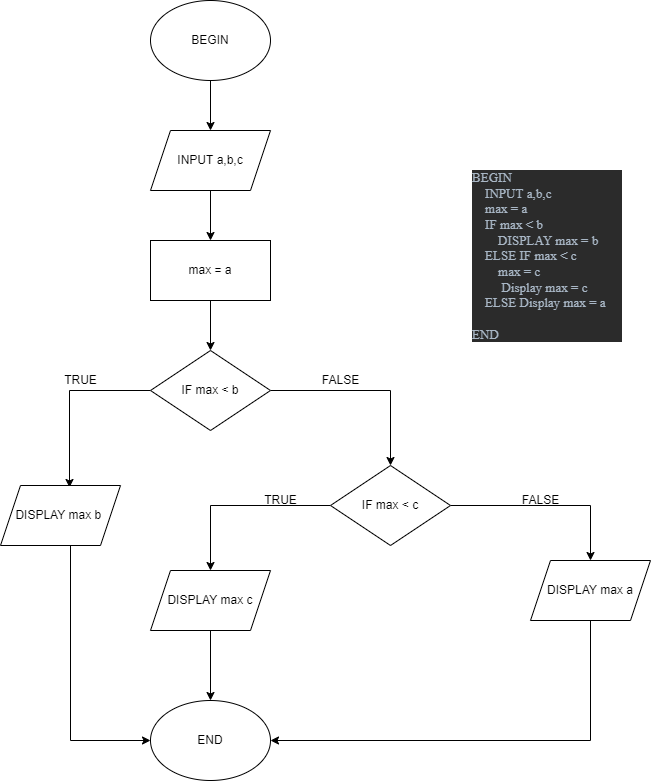
This is module1/ss3_pseucode_flowchart/bai_tap/luu_do_tim_so_lon_nhat_trong_abc.drawio.png from letahaphuong/C0722G1-Le-Ta-Ha-Phuong, a draw.io export, as it was before one commit. Source tidied: cells renumbered, new cells last; positions are measured from the earlier drawing's top-left corner, leaving out a move shared by most shapes. The source it was exported from:
```xml
<mxGraphModel>
  <root>
    <mxCell id="0" />
    <mxCell id="1" parent="0" />
    <mxCell id="2" style="edgeStyle=orthogonalEdgeStyle;rounded=0;jettySize=auto;html=1;" parent="1" edge="1" source="3" target="5">
      <mxGeometry relative="1" as="geometry" />
    </mxCell>
    <mxCell id="3" value="BEGIN" style="ellipse;whiteSpace=wrap;html=1;" parent="1" vertex="1">
      <mxGeometry x="150" width="120" height="80" as="geometry" />
    </mxCell>
    <mxCell id="4" style="edgeStyle=orthogonalEdgeStyle;rounded=0;jettySize=auto;html=1;" parent="1" edge="1" source="5" target="7">
      <mxGeometry relative="1" as="geometry" />
    </mxCell>
    <mxCell id="5" value="INPUT a,b,c" style="shape=parallelogram;perimeter=parallelogramPerimeter;whiteSpace=wrap;html=1;fixedSize=1;" parent="1" vertex="1">
      <mxGeometry x="150" y="130" width="120" height="60" as="geometry" />
    </mxCell>
    <mxCell id="6" style="edgeStyle=orthogonalEdgeStyle;rounded=0;jettySize=auto;html=1;" parent="1" edge="1" source="7" target="10">
      <mxGeometry relative="1" as="geometry" />
    </mxCell>
    <mxCell id="7" value="max = a" style="rounded=0;whiteSpace=wrap;html=1;" parent="1" vertex="1">
      <mxGeometry x="150" y="240" width="120" height="60" as="geometry" />
    </mxCell>
    <mxCell id="8" style="edgeStyle=orthogonalEdgeStyle;rounded=0;jettySize=auto;html=1;entryX=0.575;entryY=0.033;entryDx=0;entryDy=0;entryPerimeter=0;" parent="1" edge="1" source="10" target="12">
      <mxGeometry relative="1" as="geometry" />
    </mxCell>
    <mxCell id="9" style="edgeStyle=orthogonalEdgeStyle;rounded=0;jettySize=auto;html=1;entryX=0.5;entryY=0;entryDx=0;entryDy=0;" parent="1" edge="1" source="10" target="16">
      <mxGeometry relative="1" as="geometry" />
    </mxCell>
    <mxCell id="10" value="IF max &amp;lt; b" style="rhombus;whiteSpace=wrap;html=1;" parent="1" vertex="1">
      <mxGeometry x="150" y="350" width="120" height="80" as="geometry" />
    </mxCell>
    <mxCell id="11" style="edgeStyle=orthogonalEdgeStyle;rounded=0;jettySize=auto;html=1;entryX=0;entryY=0.5;entryDx=0;entryDy=0;entryPerimeter=0;" parent="1" edge="1" source="12" target="23">
      <mxGeometry relative="1" as="geometry">
        <Array as="points">
          <mxPoint x="70" y="740" />
        </Array>
      </mxGeometry>
    </mxCell>
    <mxCell id="12" value="DISPLAY max b&amp;nbsp;" style="shape=parallelogram;perimeter=parallelogramPerimeter;whiteSpace=wrap;html=1;fixedSize=1;" parent="1" vertex="1">
      <mxGeometry y="485" width="120" height="60" as="geometry" />
    </mxCell>
    <mxCell id="13" value="TRUE" style="text;html=1;align=center;verticalAlign=middle;strokeColor=none;fillColor=none;" parent="1" vertex="1">
      <mxGeometry x="55" y="370" width="50" height="20" as="geometry" />
    </mxCell>
    <mxCell id="14" style="edgeStyle=orthogonalEdgeStyle;rounded=0;jettySize=auto;html=1;entryX=0.5;entryY=0;entryDx=0;entryDy=0;" parent="1" edge="1" source="16" target="19">
      <mxGeometry relative="1" as="geometry" />
    </mxCell>
    <mxCell id="15" style="edgeStyle=orthogonalEdgeStyle;rounded=0;jettySize=auto;html=1;" parent="1" edge="1" source="16" target="22">
      <mxGeometry relative="1" as="geometry" />
    </mxCell>
    <mxCell id="16" value="IF max &amp;lt; c" style="rhombus;whiteSpace=wrap;html=1;" parent="1" vertex="1">
      <mxGeometry x="330" y="465" width="120" height="80" as="geometry" />
    </mxCell>
    <mxCell id="17" value="FALSE" style="text;html=1;align=center;verticalAlign=middle;strokeColor=none;fillColor=none;" parent="1" vertex="1">
      <mxGeometry x="315" y="370" width="50" height="20" as="geometry" />
    </mxCell>
    <mxCell id="18" style="edgeStyle=orthogonalEdgeStyle;rounded=0;jettySize=auto;html=1;entryX=0.5;entryY=0;entryDx=0;entryDy=0;" parent="1" edge="1" source="19" target="23">
      <mxGeometry relative="1" as="geometry" />
    </mxCell>
    <mxCell id="19" value="DISPLAY max c" style="shape=parallelogram;perimeter=parallelogramPerimeter;whiteSpace=wrap;html=1;fixedSize=1;" parent="1" vertex="1">
      <mxGeometry x="150" y="570" width="120" height="60" as="geometry" />
    </mxCell>
    <mxCell id="20" value="TRUE" style="text;html=1;align=center;verticalAlign=middle;strokeColor=none;fillColor=none;" parent="1" vertex="1">
      <mxGeometry x="255" y="490" width="50" height="20" as="geometry" />
    </mxCell>
    <mxCell id="21" style="edgeStyle=orthogonalEdgeStyle;rounded=0;jettySize=auto;html=1;entryX=1;entryY=0.5;entryDx=0;entryDy=0;" parent="1" edge="1" source="22" target="23">
      <mxGeometry relative="1" as="geometry">
        <Array as="points">
          <mxPoint x="590" y="740" />
        </Array>
      </mxGeometry>
    </mxCell>
    <mxCell id="22" value="DISPLAY max a" style="shape=parallelogram;perimeter=parallelogramPerimeter;whiteSpace=wrap;html=1;fixedSize=1;" parent="1" vertex="1">
      <mxGeometry x="530" y="560" width="120" height="60" as="geometry" />
    </mxCell>
    <mxCell id="23" value="END&lt;br&gt;" style="ellipse;whiteSpace=wrap;html=1;" parent="1" vertex="1">
      <mxGeometry x="150" y="700" width="120" height="80" as="geometry" />
    </mxCell>
    <mxCell id="24" value="FALSE" style="text;html=1;align=center;verticalAlign=middle;strokeColor=none;fillColor=none;" parent="1" vertex="1">
      <mxGeometry x="515" y="490" width="50" height="20" as="geometry" />
    </mxCell>
    <mxCell id="25" value="&lt;pre style=&quot;background-color:#2b2b2b;color:#a9b7c6;font-family:'JetBrains Mono';font-size:9.8pt;&quot;&gt;BEGIN&lt;br&gt;    INPUT a,b,c&lt;br&gt;    max = a&lt;br&gt;    IF max &amp;lt; b&lt;br&gt;        DISPLAY max = b&lt;br&gt;    ELSE IF max &amp;lt; c&lt;br&gt;        max = c&lt;br&gt;         Display max = c&lt;br&gt;    ELSE Display max = a     &lt;br&gt;         &lt;br&gt;END&lt;/pre&gt;" style="text;whiteSpace=wrap;html=1;" parent="1" vertex="1">
      <mxGeometry x="470" y="150" width="180" height="200" as="geometry" />
    </mxCell>
  </root>
</mxGraphModel>
```
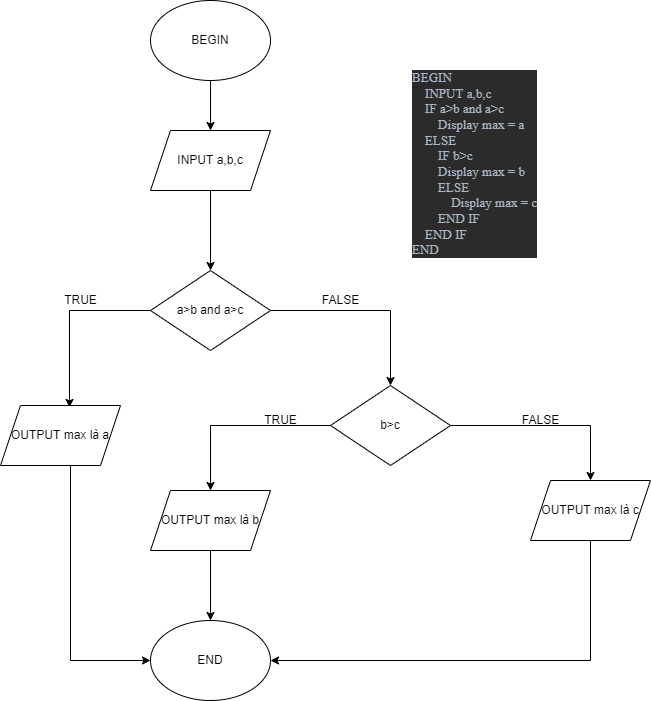
After the change.

Diff of the diagram source:
```diff
@@ -6,27 +6,21 @@
       <mxGeometry relative="1" as="geometry" />
     </mxCell>
     <mxCell id="3" value="BEGIN" style="ellipse;whiteSpace=wrap;html=1;" parent="1" vertex="1">
-      <mxGeometry x="150" width="120" height="80" as="geometry" />
+      <mxGeometry x="150" y="80" width="120" height="80" as="geometry" />
     </mxCell>
-    <mxCell id="4" style="edgeStyle=orthogonalEdgeStyle;rounded=0;jettySize=auto;html=1;" parent="1" edge="1" source="5" target="7">
-      <mxGeometry relative="1" as="geometry" />
-    </mxCell>
+    <mxCell id="26" style="edgeStyle=orthogonalEdgeStyle;rounded=0;jettySize=auto;html=1;" parent="1" edge="1" source="5" target="10">
+      <mxGeometry relative="1" as="geometry" />
+    </mxCell>
     <mxCell id="5" value="INPUT a,b,c" style="shape=parallelogram;perimeter=parallelogramPerimeter;whiteSpace=wrap;html=1;fixedSize=1;" parent="1" vertex="1">
-      <mxGeometry x="150" y="130" width="120" height="60" as="geometry" />
+      <mxGeometry x="150" y="210" width="120" height="60" as="geometry" />
     </mxCell>
-    <mxCell id="6" style="edgeStyle=orthogonalEdgeStyle;rounded=0;jettySize=auto;html=1;" parent="1" edge="1" source="7" target="10">
-      <mxGeometry relative="1" as="geometry" />
-    </mxCell>
-    <mxCell id="7" value="max = a" style="rounded=0;whiteSpace=wrap;html=1;" parent="1" vertex="1">
-      <mxGeometry x="150" y="240" width="120" height="60" as="geometry" />
-    </mxCell>
     <mxCell id="8" style="edgeStyle=orthogonalEdgeStyle;rounded=0;jettySize=auto;html=1;entryX=0.575;entryY=0.033;entryDx=0;entryDy=0;entryPerimeter=0;" parent="1" edge="1" source="10" target="12">
       <mxGeometry relative="1" as="geometry" />
     </mxCell>
     <mxCell id="9" style="edgeStyle=orthogonalEdgeStyle;rounded=0;jettySize=auto;html=1;entryX=0.5;entryY=0;entryDx=0;entryDy=0;" parent="1" edge="1" source="10" target="16">
       <mxGeometry relative="1" as="geometry" />
     </mxCell>
-    <mxCell id="10" value="IF max &amp;lt; b" style="rhombus;whiteSpace=wrap;html=1;" parent="1" vertex="1">
+    <mxCell id="10" value="a&amp;gt;b and a&amp;gt;c" style="rhombus;whiteSpace=wrap;html=1;" parent="1" vertex="1">
       <mxGeometry x="150" y="350" width="120" height="80" as="geometry" />
     </mxCell>
     <mxCell id="11" style="edgeStyle=orthogonalEdgeStyle;rounded=0;jettySize=auto;html=1;entryX=0;entryY=0.5;entryDx=0;entryDy=0;entryPerimeter=0;" parent="1" edge="1" source="12" target="23">
@@ -36,7 +30,7 @@
         </Array>
       </mxGeometry>
     </mxCell>
-    <mxCell id="12" value="DISPLAY max b&amp;nbsp;" style="shape=parallelogram;perimeter=parallelogramPerimeter;whiteSpace=wrap;html=1;fixedSize=1;" parent="1" vertex="1">
+    <mxCell id="12" value="OUTPUT max là a" style="shape=parallelogram;perimeter=parallelogramPerimeter;whiteSpace=wrap;html=1;fixedSize=1;" parent="1" vertex="1">
       <mxGeometry y="485" width="120" height="60" as="geometry" />
     </mxCell>
     <mxCell id="13" value="TRUE" style="text;html=1;align=center;verticalAlign=middle;strokeColor=none;fillColor=none;" parent="1" vertex="1">
@@ -48,7 +42,7 @@
     <mxCell id="15" style="edgeStyle=orthogonalEdgeStyle;rounded=0;jettySize=auto;html=1;" parent="1" edge="1" source="16" target="22">
       <mxGeometry relative="1" as="geometry" />
     </mxCell>
-    <mxCell id="16" value="IF max &amp;lt; c" style="rhombus;whiteSpace=wrap;html=1;" parent="1" vertex="1">
+    <mxCell id="16" value="b&amp;gt;c" style="rhombus;whiteSpace=wrap;html=1;" parent="1" vertex="1">
       <mxGeometry x="330" y="465" width="120" height="80" as="geometry" />
     </mxCell>
     <mxCell id="17" value="FALSE" style="text;html=1;align=center;verticalAlign=middle;strokeColor=none;fillColor=none;" parent="1" vertex="1">
@@ -57,7 +51,7 @@
     <mxCell id="18" style="edgeStyle=orthogonalEdgeStyle;rounded=0;jettySize=auto;html=1;entryX=0.5;entryY=0;entryDx=0;entryDy=0;" parent="1" edge="1" source="19" target="23">
       <mxGeometry relative="1" as="geometry" />
     </mxCell>
-    <mxCell id="19" value="DISPLAY max c" style="shape=parallelogram;perimeter=parallelogramPerimeter;whiteSpace=wrap;html=1;fixedSize=1;" parent="1" vertex="1">
+    <mxCell id="19" value="OUTPUT max là b" style="shape=parallelogram;perimeter=parallelogramPerimeter;whiteSpace=wrap;html=1;fixedSize=1;" parent="1" vertex="1">
       <mxGeometry x="150" y="570" width="120" height="60" as="geometry" />
     </mxCell>
     <mxCell id="20" value="TRUE" style="text;html=1;align=center;verticalAlign=middle;strokeColor=none;fillColor=none;" parent="1" vertex="1">
@@ -70,7 +64,7 @@
         </Array>
       </mxGeometry>
     </mxCell>
-    <mxCell id="22" value="DISPLAY max a" style="shape=parallelogram;perimeter=parallelogramPerimeter;whiteSpace=wrap;html=1;fixedSize=1;" parent="1" vertex="1">
+    <mxCell id="22" value="OUTPUT max là c" style="shape=parallelogram;perimeter=parallelogramPerimeter;whiteSpace=wrap;html=1;fixedSize=1;" parent="1" vertex="1">
       <mxGeometry x="530" y="560" width="120" height="60" as="geometry" />
     </mxCell>
     <mxCell id="23" value="END&lt;br&gt;" style="ellipse;whiteSpace=wrap;html=1;" parent="1" vertex="1">
@@ -79,8 +73,8 @@
     <mxCell id="24" value="FALSE" style="text;html=1;align=center;verticalAlign=middle;strokeColor=none;fillColor=none;" parent="1" vertex="1">
       <mxGeometry x="515" y="490" width="50" height="20" as="geometry" />
     </mxCell>
-    <mxCell id="25" value="&lt;pre style=&quot;background-color:#2b2b2b;color:#a9b7c6;font-family:'JetBrains Mono';font-size:9.8pt;&quot;&gt;BEGIN&lt;br&gt;    INPUT a,b,c&lt;br&gt;    max = a&lt;br&gt;    IF max &amp;lt; b&lt;br&gt;        DISPLAY max = b&lt;br&gt;    ELSE IF max &amp;lt; c&lt;br&gt;        max = c&lt;br&gt;         Display max = c&lt;br&gt;    ELSE Display max = a     &lt;br&gt;         &lt;br&gt;END&lt;/pre&gt;" style="text;whiteSpace=wrap;html=1;" parent="1" vertex="1">
-      <mxGeometry x="470" y="150" width="180" height="200" as="geometry" />
-    </mxCell>
+    <mxCell id="27" value="&lt;pre style=&quot;background-color:#2b2b2b;color:#a9b7c6;font-family:'JetBrains Mono';font-size:9.8pt;&quot;&gt;BEGIN&lt;br&gt;    INPUT a,b,c&lt;br&gt;    IF a&amp;gt;b and a&amp;gt;c&lt;br&gt;        Display max = a&lt;br&gt;    ELSE&lt;br&gt;        IF b&amp;gt;c&lt;br&gt;        Display max = b&lt;br&gt;        ELSE&lt;br&gt;            Display max = c&lt;br&gt;        END IF&lt;br&gt;    END IF&lt;br&gt;END&lt;/pre&gt;" style="text;whiteSpace=wrap;html=1;" parent="1" vertex="1">
+      <mxGeometry x="410" y="130" width="150" height="210" as="geometry" />
+    </mxCell>
   </root>
 </mxGraphModel>
```
